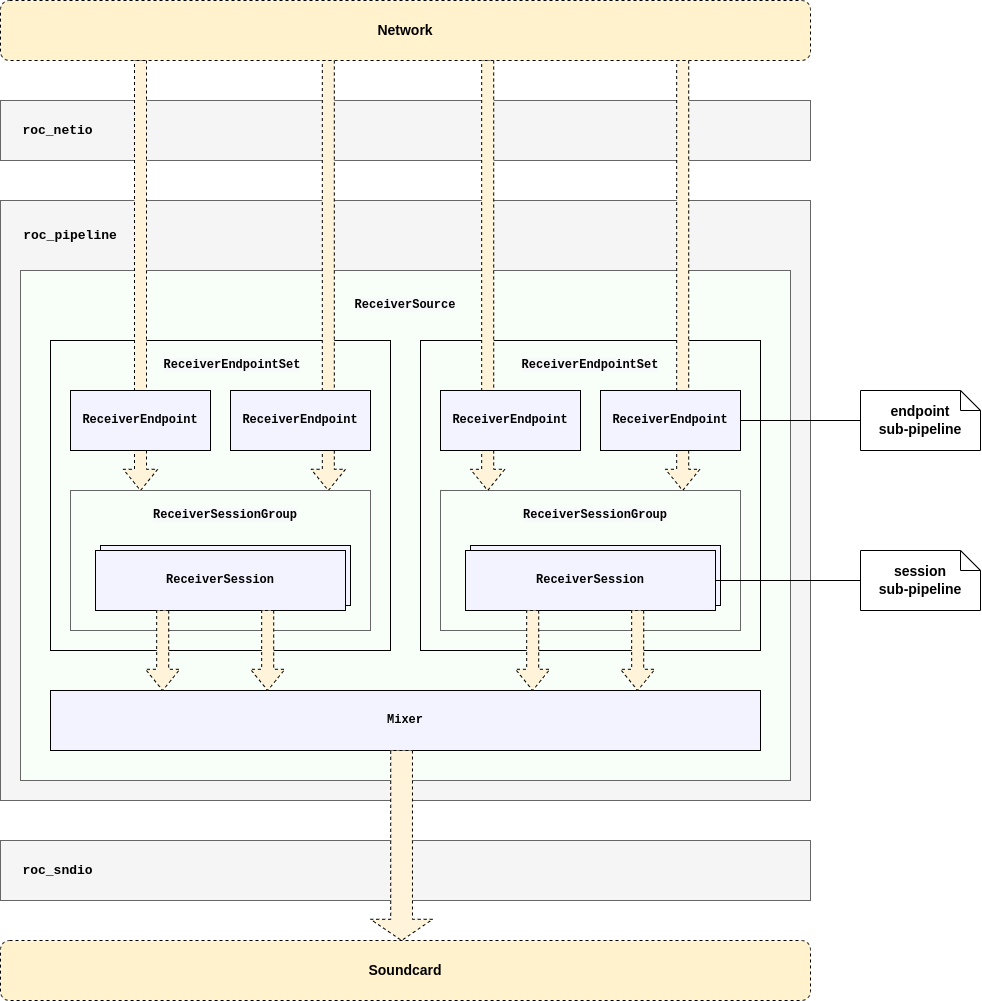
The draw.io diagram docs/sphinx/_images/receiver_pipeline.png in roc-streaming/roc-toolkit, before a commit. Source tidied: cells renumbered, new cells last; positions are measured from the earlier drawing's top-left corner, leaving out a move shared by most shapes. Its diagram source:
```xml
<mxGraphModel>
  <root>
    <mxCell id="0" />
    <mxCell id="1" parent="0" />
    <mxCell id="2" style="rounded=0;whiteSpace=wrap;html=1;fontFamily=Courier New;fillColor=#f5f5f5;fontColor=#333333;strokeColor=#666666;fontStyle=1;fontSize=16;" parent="1" vertex="1">
      <mxGeometry y="840" width="810" height="60" as="geometry" />
    </mxCell>
    <mxCell id="3" style="rounded=0;whiteSpace=wrap;html=1;fontFamily=Courier New;fillColor=#f5f5f5;fontColor=#333333;strokeColor=#666666;fontStyle=1;fontSize=16;" parent="1" vertex="1">
      <mxGeometry y="100" width="810" height="60" as="geometry" />
    </mxCell>
    <mxCell id="4" value="roc_netio" style="rounded=0;whiteSpace=wrap;html=1;fontFamily=Courier New;fillColor=#f5f5f5;fontColor=#333333;strokeColor=#666666;fontStyle=1;fontSize=12;" parent="1" vertex="1">
      <mxGeometry y="200" width="810" height="600" as="geometry" />
    </mxCell>
    <mxCell id="5" style="rounded=0;whiteSpace=wrap;html=1;fontFamily=Courier New;fillColor=#F8FFF9;fontColor=#333333;strokeColor=#666666;" parent="1" vertex="1">
      <mxGeometry x="20" y="270" width="770" height="510" as="geometry" />
    </mxCell>
    <mxCell id="6" style="rounded=0;whiteSpace=wrap;html=1;fillColor=#F8FFF9;" parent="1" vertex="1">
      <mxGeometry x="50" y="340" width="340" height="310" as="geometry" />
    </mxCell>
    <mxCell id="7" value="&lt;span style=&quot;color: rgb(0, 0, 0); font-family: &amp;quot;Courier New&amp;quot;; font-size: 12px; font-style: normal; font-variant-ligatures: normal; font-variant-caps: normal; letter-spacing: normal; orphans: 2; text-align: center; text-indent: 0px; text-transform: none; widows: 2; word-spacing: 0px; -webkit-text-stroke-width: 0px; background-color: rgb(248, 249, 250); text-decoration-thickness: initial; text-decoration-style: initial; text-decoration-color: initial; float: none; display: inline !important;&quot;&gt;ReceiverSource&lt;/span&gt;" style="text;html=1;strokeColor=none;fillColor=none;align=center;verticalAlign=middle;whiteSpace=wrap;rounded=0;fontFamily=Courier New;fontStyle=1;" parent="1" vertex="1">
      <mxGeometry x="345" y="290" width="120" height="30" as="geometry" />
    </mxCell>
    <mxCell id="8" value="Mixer" style="rounded=0;whiteSpace=wrap;html=1;fontFamily=Courier New;fillColor=#F3F3FF;fontStyle=1;" parent="1" vertex="1">
      <mxGeometry x="50" y="690" width="710" height="60" as="geometry" />
    </mxCell>
    <mxCell id="9" style="html=1;shadow=0;dashed=1;align=center;verticalAlign=middle;shape=mxgraph.arrows2.arrow;dy=0.65;dx=21.21;direction=south;notch=0;fontFamily=Helvetica;fontSize=14;fillColor=#fff4d9;gradientColor=none;" parent="1" vertex="1">
      <mxGeometry x="122.8" y="60" width="34.4" height="430" as="geometry" />
    </mxCell>
    <mxCell id="10" style="rounded=0;whiteSpace=wrap;html=1;fillColor=#F8FFF9;" parent="1" vertex="1">
      <mxGeometry x="420" y="340" width="340" height="310" as="geometry" />
    </mxCell>
    <mxCell id="11" style="rounded=0;whiteSpace=wrap;html=1;fontFamily=Courier New;fillColor=#F8FFF9;fontColor=#333333;strokeColor=#666666;" parent="1" vertex="1">
      <mxGeometry x="440" y="490" width="300" height="140" as="geometry" />
    </mxCell>
    <mxCell id="12" style="rounded=0;whiteSpace=wrap;html=1;fontFamily=Courier New;fontStyle=1;fillColor=#F3F3FF;" parent="1" vertex="1">
      <mxGeometry x="470" y="545" width="250" height="60" as="geometry" />
    </mxCell>
    <mxCell id="13" value="&lt;span style=&quot;color: rgb(0, 0, 0); font-family: &amp;quot;Courier New&amp;quot;; font-size: 12px; font-style: normal; font-variant-ligatures: normal; font-variant-caps: normal; letter-spacing: normal; orphans: 2; text-align: center; text-indent: 0px; text-transform: none; widows: 2; word-spacing: 0px; -webkit-text-stroke-width: 0px; background-color: rgb(248, 249, 250); text-decoration-thickness: initial; text-decoration-style: initial; text-decoration-color: initial; float: none; display: inline !important;&quot;&gt;ReceiverSessionGroup&lt;/span&gt;" style="text;html=1;strokeColor=none;fillColor=none;align=center;verticalAlign=middle;whiteSpace=wrap;rounded=0;fontFamily=Courier New;fontStyle=1;" parent="1" vertex="1">
      <mxGeometry x="500" y="500" width="190" height="30" as="geometry" />
    </mxCell>
    <mxCell id="14" value="ReceiverSession&lt;br&gt;" style="rounded=0;whiteSpace=wrap;html=1;fontFamily=Courier New;fontStyle=1;fillColor=#F3F3FF;" parent="1" vertex="1">
      <mxGeometry x="465" y="550" width="250" height="60" as="geometry" />
    </mxCell>
    <mxCell id="15" value="ReceiverEndpoint" style="rounded=0;whiteSpace=wrap;html=1;fontFamily=Courier New;fontStyle=1;fillColor=#F3F3FF;" parent="1" vertex="1">
      <mxGeometry x="70" y="390" width="140" height="60" as="geometry" />
    </mxCell>
    <mxCell id="16" style="rounded=0;whiteSpace=wrap;html=1;fontFamily=Courier New;fillColor=#F8FFF9;fontColor=#333333;strokeColor=#666666;" parent="1" vertex="1">
      <mxGeometry x="70" y="490" width="300" height="140" as="geometry" />
    </mxCell>
    <mxCell id="17" style="rounded=0;whiteSpace=wrap;html=1;fontFamily=Courier New;fontStyle=1;fillColor=#F3F3FF;" parent="1" vertex="1">
      <mxGeometry x="100" y="545" width="250" height="60" as="geometry" />
    </mxCell>
    <mxCell id="18" value="&lt;span style=&quot;color: rgb(0, 0, 0); font-family: &amp;quot;Courier New&amp;quot;; font-size: 12px; font-style: normal; font-variant-ligatures: normal; font-variant-caps: normal; letter-spacing: normal; orphans: 2; text-align: center; text-indent: 0px; text-transform: none; widows: 2; word-spacing: 0px; -webkit-text-stroke-width: 0px; background-color: rgb(248, 249, 250); text-decoration-thickness: initial; text-decoration-style: initial; text-decoration-color: initial; float: none; display: inline !important;&quot;&gt;ReceiverSessionGroup&lt;/span&gt;" style="text;html=1;strokeColor=none;fillColor=none;align=center;verticalAlign=middle;whiteSpace=wrap;rounded=0;fontFamily=Courier New;fontStyle=1;" parent="1" vertex="1">
      <mxGeometry x="130" y="500" width="190" height="30" as="geometry" />
    </mxCell>
    <mxCell id="19" value="ReceiverSession&lt;br&gt;" style="rounded=0;whiteSpace=wrap;html=1;fontFamily=Courier New;fontStyle=1;fillColor=#F3F3FF;" parent="1" vertex="1">
      <mxGeometry x="95" y="550" width="250" height="60" as="geometry" />
    </mxCell>
    <mxCell id="20" value="&lt;span style=&quot;color: rgb(0, 0, 0); font-size: 12px; font-style: normal; font-variant-ligatures: normal; font-variant-caps: normal; letter-spacing: normal; orphans: 2; text-align: center; text-indent: 0px; text-transform: none; widows: 2; word-spacing: 0px; -webkit-text-stroke-width: 0px; background-color: rgb(248, 249, 250); text-decoration-thickness: initial; text-decoration-style: initial; text-decoration-color: initial; float: none; display: inline !important;&quot;&gt;ReceiverEndpointSet&lt;/span&gt;" style="text;html=1;strokeColor=none;fillColor=none;align=center;verticalAlign=middle;whiteSpace=wrap;rounded=0;fontFamily=Courier New;fontStyle=1;" parent="1" vertex="1">
      <mxGeometry x="157.2" y="350" width="150" height="30" as="geometry" />
    </mxCell>
    <mxCell id="21" style="html=1;shadow=0;dashed=1;align=center;verticalAlign=middle;shape=mxgraph.arrows2.arrow;dy=0.65;dx=21.21;direction=south;notch=0;fontFamily=Helvetica;fontSize=14;fillColor=#fff4d9;gradientColor=none;" parent="1" vertex="1">
      <mxGeometry x="310.6" y="60" width="34.4" height="430" as="geometry" />
    </mxCell>
    <mxCell id="22" value="ReceiverEndpoint" style="rounded=0;whiteSpace=wrap;html=1;fontFamily=Courier New;fontStyle=1;fillColor=#F3F3FF;" parent="1" vertex="1">
      <mxGeometry x="230" y="390" width="140" height="60" as="geometry" />
    </mxCell>
    <mxCell id="23" value="&lt;span style=&quot;color: rgb(0, 0, 0); font-size: 12px; font-style: normal; font-variant-ligatures: normal; font-variant-caps: normal; letter-spacing: normal; orphans: 2; text-align: center; text-indent: 0px; text-transform: none; widows: 2; word-spacing: 0px; -webkit-text-stroke-width: 0px; background-color: rgb(248, 249, 250); text-decoration-thickness: initial; text-decoration-style: initial; text-decoration-color: initial; float: none; display: inline !important;&quot;&gt;ReceiverEndpointSet&lt;/span&gt;" style="text;html=1;strokeColor=none;fillColor=none;align=center;verticalAlign=middle;whiteSpace=wrap;rounded=0;fontFamily=Courier New;fontStyle=1;" parent="1" vertex="1">
      <mxGeometry x="515" y="350" width="150" height="30" as="geometry" />
    </mxCell>
    <mxCell id="24" style="html=1;shadow=0;dashed=1;align=center;verticalAlign=middle;shape=mxgraph.arrows2.arrow;dy=0.65;dx=21.21;direction=south;notch=0;fontFamily=Helvetica;fontSize=14;fillColor=#fff4d9;gradientColor=none;" parent="1" vertex="1">
      <mxGeometry x="470" y="60" width="34.4" height="430" as="geometry" />
    </mxCell>
    <mxCell id="25" style="html=1;shadow=0;dashed=1;align=center;verticalAlign=middle;shape=mxgraph.arrows2.arrow;dy=0.65;dx=21.21;direction=south;notch=0;fontFamily=Helvetica;fontSize=14;fillColor=#fff4d9;gradientColor=none;" parent="1" vertex="1">
      <mxGeometry x="665" y="60" width="34.4" height="430" as="geometry" />
    </mxCell>
    <mxCell id="26" value="ReceiverEndpoint" style="rounded=0;whiteSpace=wrap;html=1;fontFamily=Courier New;fontStyle=1;fillColor=#F3F3FF;" parent="1" vertex="1">
      <mxGeometry x="440" y="390" width="140" height="60" as="geometry" />
    </mxCell>
    <mxCell id="27" value="ReceiverEndpoint" style="rounded=0;whiteSpace=wrap;html=1;fontFamily=Courier New;fontStyle=1;fillColor=#F3F3FF;" parent="1" vertex="1">
      <mxGeometry x="600" y="390" width="140" height="60" as="geometry" />
    </mxCell>
    <mxCell id="28" style="html=1;shadow=0;dashed=1;align=center;verticalAlign=middle;shape=mxgraph.arrows2.arrow;dy=0.65;dx=21.21;direction=south;notch=0;fontFamily=Helvetica;fontSize=14;fillColor=#fff4d9;" parent="1" vertex="1">
      <mxGeometry x="145" y="610" width="34.4" height="80" as="geometry" />
    </mxCell>
    <mxCell id="29" style="html=1;shadow=0;dashed=1;align=center;verticalAlign=middle;shape=mxgraph.arrows2.arrow;dy=0.65;dx=21.21;direction=south;notch=0;fontFamily=Helvetica;fontSize=14;fillColor=#fff4d9;" parent="1" vertex="1">
      <mxGeometry x="250" y="610" width="34.4" height="80" as="geometry" />
    </mxCell>
    <mxCell id="30" style="html=1;shadow=0;dashed=1;align=center;verticalAlign=middle;shape=mxgraph.arrows2.arrow;dy=0.65;dx=21.21;direction=south;notch=0;fontFamily=Helvetica;fontSize=14;fillColor=#fff4d9;" parent="1" vertex="1">
      <mxGeometry x="515" y="610" width="34.4" height="80" as="geometry" />
    </mxCell>
    <mxCell id="31" style="html=1;shadow=0;dashed=1;align=center;verticalAlign=middle;shape=mxgraph.arrows2.arrow;dy=0.65;dx=21.21;direction=south;notch=0;fontFamily=Helvetica;fontSize=14;fillColor=#fff4d9;" parent="1" vertex="1">
      <mxGeometry x="620" y="610" width="34.4" height="80" as="geometry" />
    </mxCell>
    <mxCell id="32" style="html=1;shadow=0;dashed=1;align=center;verticalAlign=middle;shape=mxgraph.arrows2.arrow;dy=0.65;dx=21.21;direction=south;notch=0;fontFamily=Helvetica;fontSize=14;fillColor=#fff4d9;" parent="1" vertex="1">
      <mxGeometry x="370" y="750" width="62.2" height="190" as="geometry" />
    </mxCell>
    <mxCell id="33" value="Soundcard" style="rounded=1;whiteSpace=wrap;html=1;fontFamily=Helvetica;fontSize=14;fillColor=#fff2cc;fontStyle=1;strokeColor=#000000;dashed=1;" parent="1" vertex="1">
      <mxGeometry y="940" width="810" height="60" as="geometry" />
    </mxCell>
    <mxCell id="34" value="Network" style="rounded=1;whiteSpace=wrap;html=1;fontFamily=Helvetica;fontSize=14;fillColor=#fff2cc;fontStyle=1;strokeColor=#000000;dashed=1;" parent="1" vertex="1">
      <mxGeometry width="810" height="60" as="geometry" />
    </mxCell>
    <mxCell id="35" value="roc_pipeline" style="text;html=1;strokeColor=none;fillColor=none;align=center;verticalAlign=middle;whiteSpace=wrap;rounded=0;fontFamily=Courier New;fontSize=13;fontStyle=1;" parent="1" vertex="1">
      <mxGeometry x="20" y="220" width="100" height="30" as="geometry" />
    </mxCell>
    <mxCell id="36" value="roc_netio" style="text;html=1;strokeColor=none;fillColor=none;align=center;verticalAlign=middle;whiteSpace=wrap;rounded=0;fontFamily=Courier New;fontSize=13;fontStyle=1;" parent="1" vertex="1">
      <mxGeometry x="20" y="115" width="75" height="30" as="geometry" />
    </mxCell>
    <mxCell id="37" value="roc_sndio" style="text;html=1;strokeColor=none;fillColor=none;align=center;verticalAlign=middle;whiteSpace=wrap;rounded=0;fontFamily=Courier New;fontSize=13;fontStyle=1;" parent="1" vertex="1">
      <mxGeometry x="20" y="855" width="75" height="30" as="geometry" />
    </mxCell>
    <mxCell id="38" value="&lt;span style=&quot;font-size: 14px;&quot;&gt;endpoint&lt;/span&gt;&lt;br style=&quot;font-size: 14px;&quot;&gt;&lt;span style=&quot;font-size: 14px;&quot;&gt;sub-pipeline&lt;/span&gt;" style="shape=note;size=20;whiteSpace=wrap;html=1;fontStyle=1;" parent="1" vertex="1">
      <mxGeometry x="860" y="390" width="120" height="60" as="geometry" />
    </mxCell>
    <mxCell id="39" style="endArrow=none;html=1;rounded=0;fontSize=14;" parent="1" edge="1" source="27" target="38">
      <mxGeometry relative="1" as="geometry" />
    </mxCell>
    <mxCell id="40" value="&lt;span style=&quot;font-size: 14px;&quot;&gt;session&lt;/span&gt;&lt;br style=&quot;font-size: 14px;&quot;&gt;&lt;span style=&quot;font-size: 14px;&quot;&gt;sub-pipeline&lt;/span&gt;" style="shape=note;size=20;whiteSpace=wrap;html=1;fontStyle=1;" parent="1" vertex="1">
      <mxGeometry x="860" y="550" width="120" height="60" as="geometry" />
    </mxCell>
    <mxCell id="41" style="endArrow=none;html=1;rounded=0;fontSize=14;" parent="1" edge="1" source="14" target="40">
      <mxGeometry relative="1" as="geometry" />
    </mxCell>
  </root>
</mxGraphModel>
```
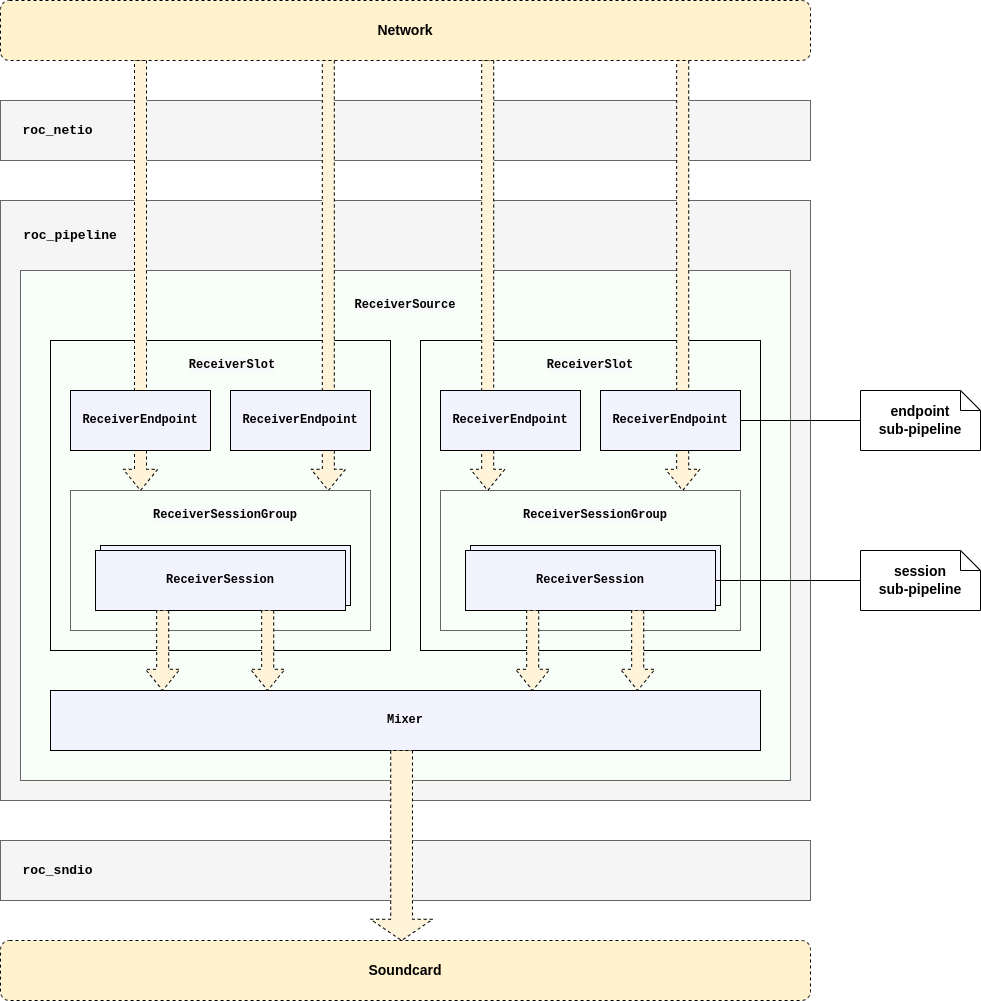
The same file after the commit.

Change to the diagram source:
```diff
@@ -56,7 +56,7 @@
     <mxCell id="19" value="ReceiverSession&lt;br&gt;" style="rounded=0;whiteSpace=wrap;html=1;fontFamily=Courier New;fontStyle=1;fillColor=#F3F3FF;" parent="1" vertex="1">
       <mxGeometry x="95" y="550" width="250" height="60" as="geometry" />
     </mxCell>
-    <mxCell id="20" value="&lt;span style=&quot;color: rgb(0, 0, 0); font-size: 12px; font-style: normal; font-variant-ligatures: normal; font-variant-caps: normal; letter-spacing: normal; orphans: 2; text-align: center; text-indent: 0px; text-transform: none; widows: 2; word-spacing: 0px; -webkit-text-stroke-width: 0px; background-color: rgb(248, 249, 250); text-decoration-thickness: initial; text-decoration-style: initial; text-decoration-color: initial; float: none; display: inline !important;&quot;&gt;ReceiverEndpointSet&lt;/span&gt;" style="text;html=1;strokeColor=none;fillColor=none;align=center;verticalAlign=middle;whiteSpace=wrap;rounded=0;fontFamily=Courier New;fontStyle=1;" parent="1" vertex="1">
+    <mxCell id="20" value="&lt;span style=&quot;color: rgb(0, 0, 0); font-size: 12px; font-style: normal; font-variant-ligatures: normal; font-variant-caps: normal; letter-spacing: normal; orphans: 2; text-align: center; text-indent: 0px; text-transform: none; widows: 2; word-spacing: 0px; -webkit-text-stroke-width: 0px; background-color: rgb(248, 249, 250); text-decoration-thickness: initial; text-decoration-style: initial; text-decoration-color: initial; float: none; display: inline !important;&quot;&gt;ReceiverSlot&lt;/span&gt;" style="text;html=1;strokeColor=none;fillColor=none;align=center;verticalAlign=middle;whiteSpace=wrap;rounded=0;fontFamily=Courier New;fontStyle=1;" parent="1" vertex="1">
       <mxGeometry x="157.2" y="350" width="150" height="30" as="geometry" />
     </mxCell>
     <mxCell id="21" style="html=1;shadow=0;dashed=1;align=center;verticalAlign=middle;shape=mxgraph.arrows2.arrow;dy=0.65;dx=21.21;direction=south;notch=0;fontFamily=Helvetica;fontSize=14;fillColor=#fff4d9;gradientColor=none;" parent="1" vertex="1">
@@ -65,7 +65,7 @@
     <mxCell id="22" value="ReceiverEndpoint" style="rounded=0;whiteSpace=wrap;html=1;fontFamily=Courier New;fontStyle=1;fillColor=#F3F3FF;" parent="1" vertex="1">
       <mxGeometry x="230" y="390" width="140" height="60" as="geometry" />
     </mxCell>
-    <mxCell id="23" value="&lt;span style=&quot;color: rgb(0, 0, 0); font-size: 12px; font-style: normal; font-variant-ligatures: normal; font-variant-caps: normal; letter-spacing: normal; orphans: 2; text-align: center; text-indent: 0px; text-transform: none; widows: 2; word-spacing: 0px; -webkit-text-stroke-width: 0px; background-color: rgb(248, 249, 250); text-decoration-thickness: initial; text-decoration-style: initial; text-decoration-color: initial; float: none; display: inline !important;&quot;&gt;ReceiverEndpointSet&lt;/span&gt;" style="text;html=1;strokeColor=none;fillColor=none;align=center;verticalAlign=middle;whiteSpace=wrap;rounded=0;fontFamily=Courier New;fontStyle=1;" parent="1" vertex="1">
+    <mxCell id="23" value="&lt;span style=&quot;color: rgb(0, 0, 0); font-size: 12px; font-style: normal; font-variant-ligatures: normal; font-variant-caps: normal; letter-spacing: normal; orphans: 2; text-align: center; text-indent: 0px; text-transform: none; widows: 2; word-spacing: 0px; -webkit-text-stroke-width: 0px; background-color: rgb(248, 249, 250); text-decoration-thickness: initial; text-decoration-style: initial; text-decoration-color: initial; float: none; display: inline !important;&quot;&gt;ReceiverSlot&lt;/span&gt;" style="text;html=1;strokeColor=none;fillColor=none;align=center;verticalAlign=middle;whiteSpace=wrap;rounded=0;fontFamily=Courier New;fontStyle=1;" parent="1" vertex="1">
       <mxGeometry x="515" y="350" width="150" height="30" as="geometry" />
     </mxCell>
     <mxCell id="24" style="html=1;shadow=0;dashed=1;align=center;verticalAlign=middle;shape=mxgraph.arrows2.arrow;dy=0.65;dx=21.21;direction=south;notch=0;fontFamily=Helvetica;fontSize=14;fillColor=#fff4d9;gradientColor=none;" parent="1" vertex="1">
```
